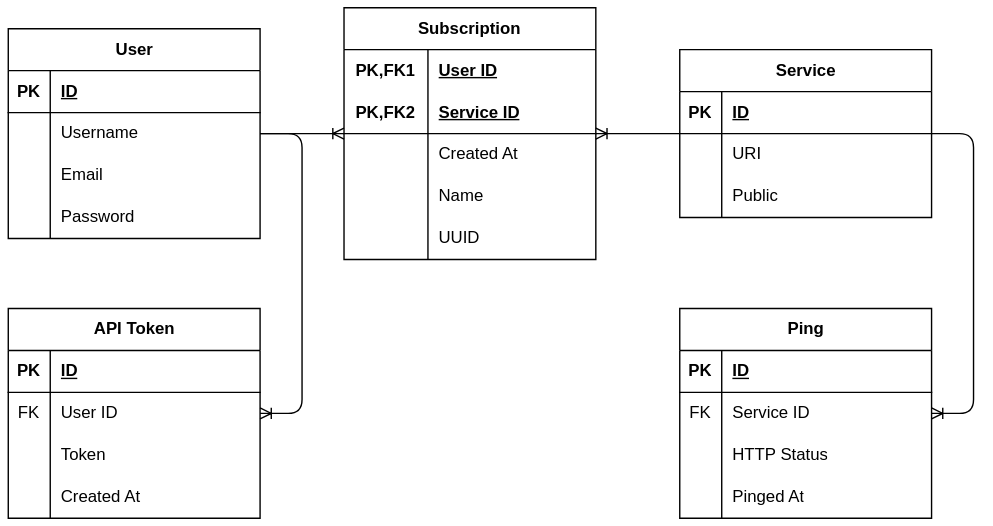
Mikel12455/downtime-panda keeps this draw.io diagram as docs/assets/er_schema.drawio.svg. Above is the earlier version. Source tidied: cells renumbered, new cells last; positions are measured from the earlier drawing's top-left corner, leaving out a move shared by most shapes.
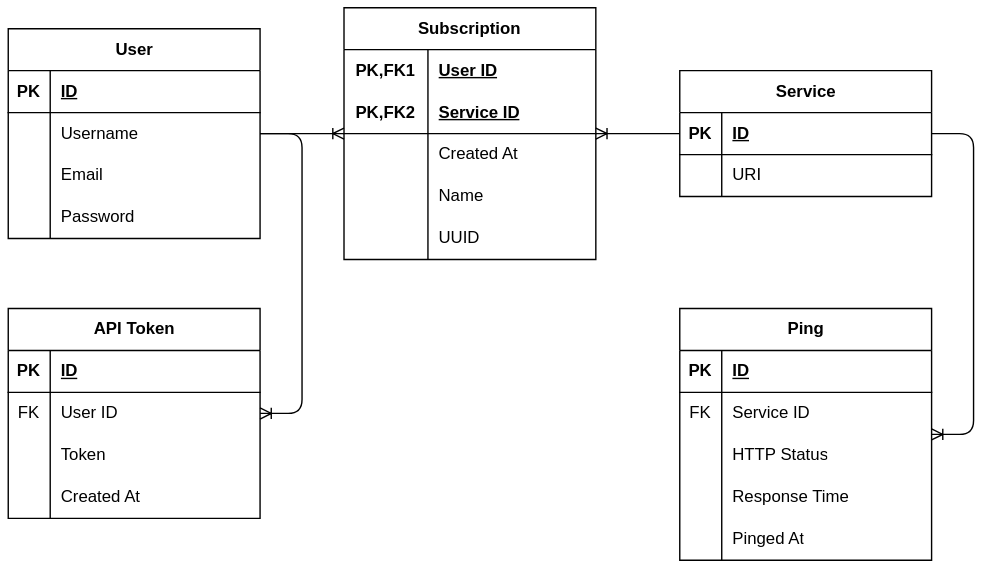
The same file after the commit.

What changed in the source:
```diff
@@ -42,7 +42,7 @@
       <mxGeometry x="30" width="150" height="30" as="geometry" />
     </mxCell>
     <mxCell id="15" value="Service" style="shape=table;startSize=30;rowLines=0;fontStyle=1;align=center;html=1;shadow=0;comic=0;" parent="1" vertex="1">
-      <mxGeometry x="480" y="30" width="180" height="120" as="geometry" />
+      <mxGeometry x="480" y="45" width="180" height="90" as="geometry" />
     </mxCell>
     <mxCell id="16" style="shape=tableRow;horizontal=0;startSize=0;swimlaneHead=0;swimlaneBody=0;fillColor=none;top=0;left=0;right=0;bottom=1;shadow=0;comic=0;" parent="15" vertex="1">
       <mxGeometry y="30" width="180" height="30" as="geometry" />
@@ -62,17 +62,8 @@
     <mxCell id="21" value="URI" style="shape=partialRectangle;fillColor=none;top=0;left=0;bottom=0;right=0;align=left;spacingLeft=6;overflow=hidden;whiteSpace=wrap;html=1;shadow=0;comic=0;" parent="19" vertex="1">
       <mxGeometry x="30" width="150" height="30" as="geometry" />
     </mxCell>
-    <mxCell id="22" style="shape=tableRow;horizontal=0;startSize=0;swimlaneHead=0;swimlaneBody=0;fillColor=none;top=0;left=0;right=0;bottom=0;shadow=0;comic=0;" parent="15" vertex="1">
-      <mxGeometry y="90" width="180" height="30" as="geometry" />
-    </mxCell>
-    <mxCell id="23" style="shape=partialRectangle;fillColor=none;top=0;left=0;bottom=0;right=0;overflow=hidden;whiteSpace=wrap;html=1;shadow=0;comic=0;" parent="22" vertex="1">
-      <mxGeometry width="30" height="30" as="geometry" />
-    </mxCell>
-    <mxCell id="24" value="Public" style="shape=partialRectangle;fillColor=none;top=0;left=0;bottom=0;right=0;align=left;spacingLeft=6;overflow=hidden;whiteSpace=wrap;html=1;shadow=0;comic=0;" parent="22" vertex="1">
-      <mxGeometry x="30" width="150" height="30" as="geometry" />
-    </mxCell>
     <mxCell id="25" value="Ping" style="shape=table;startSize=30;rowLines=0;fontStyle=1;align=center;html=1;shadow=0;comic=0;" parent="1" vertex="1">
-      <mxGeometry x="480" y="215" width="180" height="150" as="geometry" />
+      <mxGeometry x="480" y="215" width="180" height="180" as="geometry" />
     </mxCell>
     <mxCell id="26" style="shape=tableRow;horizontal=0;startSize=0;swimlaneHead=0;swimlaneBody=0;fillColor=none;top=0;left=0;right=0;bottom=1;shadow=0;comic=0;" parent="25" vertex="1">
       <mxGeometry y="30" width="180" height="30" as="geometry" />
@@ -101,8 +92,17 @@
     <mxCell id="34" value="HTTP Status" style="shape=partialRectangle;fillColor=none;top=0;left=0;bottom=0;right=0;align=left;spacingLeft=6;overflow=hidden;whiteSpace=wrap;html=1;shadow=0;comic=0;" parent="32" vertex="1">
       <mxGeometry x="30" width="150" height="30" as="geometry" />
     </mxCell>
+    <mxCell id="71" style="shape=tableRow;horizontal=0;startSize=0;swimlaneHead=0;swimlaneBody=0;fillColor=none;top=0;left=0;right=0;bottom=0;shadow=0;comic=0;" parent="25" vertex="1">
+      <mxGeometry y="120" width="180" height="30" as="geometry" />
+    </mxCell>
+    <mxCell id="23" style="shape=partialRectangle;fillColor=none;top=0;left=0;bottom=0;right=0;overflow=hidden;whiteSpace=wrap;html=1;shadow=0;comic=0;" parent="71" vertex="1">
+      <mxGeometry width="30" height="30" as="geometry" />
+    </mxCell>
+    <mxCell id="72" value="Response Time" style="shape=partialRectangle;fillColor=none;top=0;left=0;bottom=0;right=0;align=left;spacingLeft=6;overflow=hidden;whiteSpace=wrap;html=1;shadow=0;comic=0;" parent="71" vertex="1">
+      <mxGeometry x="30" width="150" height="30" as="geometry" />
+    </mxCell>
     <mxCell id="35" style="shape=tableRow;horizontal=0;startSize=0;swimlaneHead=0;swimlaneBody=0;fillColor=none;top=0;left=0;right=0;bottom=0;shadow=0;comic=0;" parent="25" vertex="1">
-      <mxGeometry y="120" width="180" height="30" as="geometry" />
+      <mxGeometry y="150" width="180" height="30" as="geometry" />
     </mxCell>
     <mxCell id="36" style="shape=partialRectangle;fillColor=none;top=0;left=0;bottom=0;right=0;overflow=hidden;whiteSpace=wrap;html=1;shadow=0;comic=0;" parent="35" vertex="1">
       <mxGeometry width="30" height="30" as="geometry" />
```
